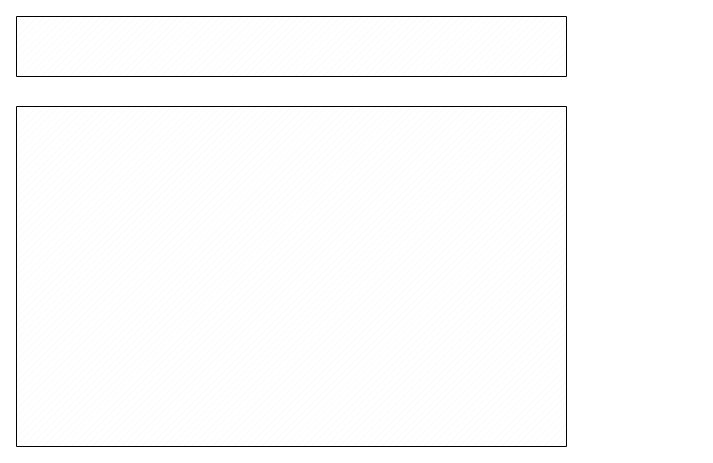
The draw.io diagram ecommerce_wire.drawio in dcv-k/drawio, before the edit. Source tidied: cells renumbered, new cells numbered last; positions are measured from the earlier drawing's top-left corner, leaving out a move shared by most shapes. Both pictures are drawn from the tidied source at 100%, with x=0, y=0 at pixel (16, 16).
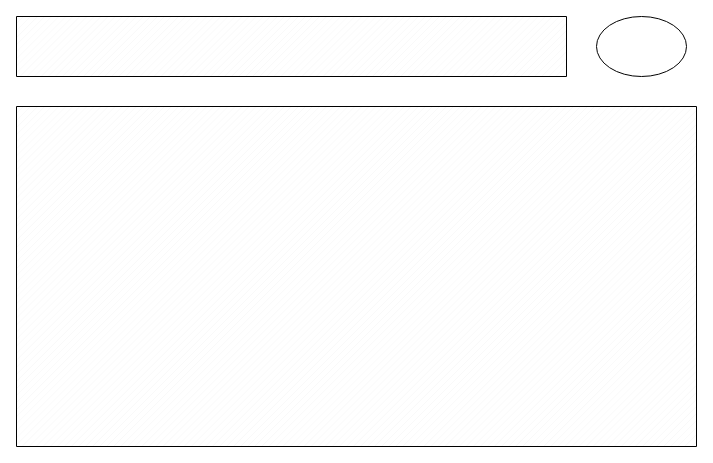
The same diagram, later.

Change to the diagram source:
```diff
@@
 <mxGraphModel>
   <root>
     <mxCell id="0" />
     <mxCell id="1" parent="0" />
     <mxCell id="2" style="verticalLabelPosition=bottom;verticalAlign=top;html=1;shape=mxgraph.basic.patternFillRect;fillStyle=diag;step=5;fillStrokeWidth=0.2;fillStrokeColor=#dddddd;" parent="1" vertex="1">
       <mxGeometry width="550" height="60" as="geometry" />
     </mxCell>
     <mxCell id="3" style="verticalLabelPosition=bottom;verticalAlign=top;html=1;shape=mxgraph.basic.patternFillRect;fillStyle=diag;step=5;fillStrokeWidth=0.2;fillStrokeColor=#dddddd;" parent="1" vertex="1">
-      <mxGeometry y="90" width="550" height="340" as="geometry" />
+      <mxGeometry y="90" width="680" height="340" as="geometry" />
     </mxCell>
+    <mxCell id="4" style="ellipse;whiteSpace=wrap;html=1;" parent="1" vertex="1">
+      <mxGeometry x="580" width="90" height="60" as="geometry" />
+    </mxCell>
   </root>
 </mxGraphModel>
```
